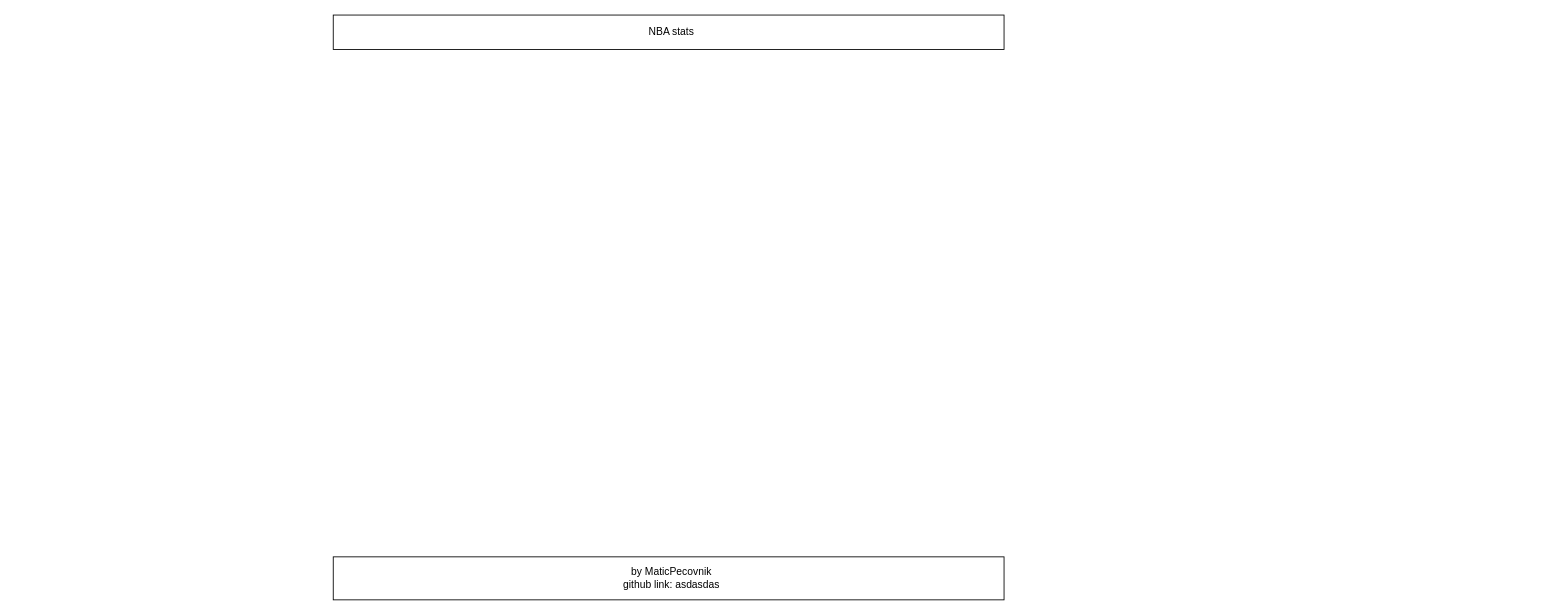
This is NBA main view diagram.drawio from MaticPecovnik/nbastats, a draw.io file, before an edit. Source tidied: cells renumbered, new cells numbered last; positions are measured from the earlier drawing's top-left corner, leaving out a move shared by most shapes. Both pictures are drawn from the tidied source at 86%, with x=0, y=0 at pixel (333, 15).
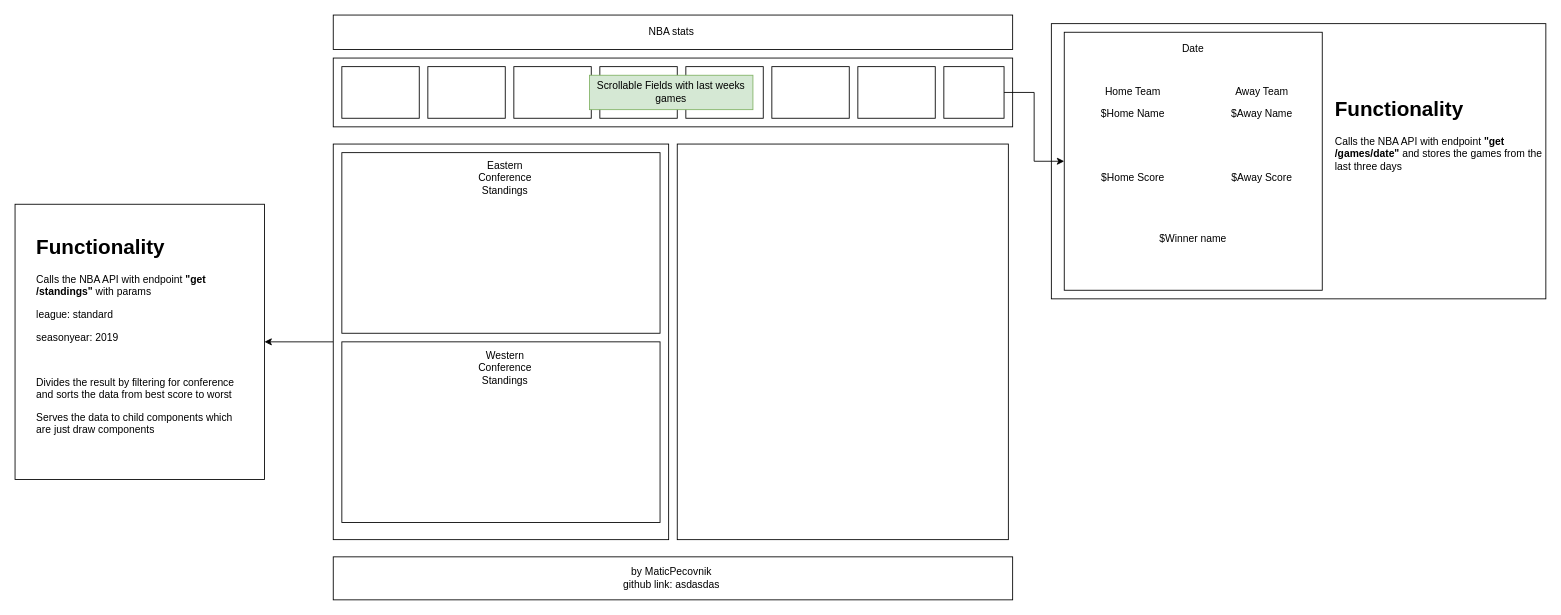
After the change.

Diff of the diagram source:
```diff
@@
+    <mxCell id="6" style="rounded=0;whiteSpace=wrap;html=1;fillColor=#ffffff;" parent="1" vertex="1">
+      <mxGeometry x="835" y="10" width="575" height="320" as="geometry" />
+    </mxCell>
+    <mxCell id="7" style="rounded=0;whiteSpace=wrap;html=1;" parent="1" vertex="1">
+      <mxGeometry x="850" y="20" width="300" height="300" as="geometry" />
+    </mxCell>
     <mxCell id="2" style="rounded=0;whiteSpace=wrap;html=1;" parent="1" vertex="1">
-      <mxGeometry width="780" height="40" as="geometry" />
+      <mxGeometry width="790" height="40" as="geometry" />
     </mxCell>
@@
     <mxCell id="4" style="rounded=0;whiteSpace=wrap;html=1;" parent="1" vertex="1">
-      <mxGeometry y="630" width="780" height="50" as="geometry" />
+      <mxGeometry y="630" width="790" height="50" as="geometry" />
     </mxCell>
@@
+    <mxCell id="8" style="rounded=0;whiteSpace=wrap;html=1;" parent="1" vertex="1">
+      <mxGeometry y="50" width="790" height="80" as="geometry" />
+    </mxCell>
+    <mxCell id="9" style="rounded=0;whiteSpace=wrap;html=1;" parent="1" vertex="1">
+      <mxGeometry x="10" y="60" width="90" height="60" as="geometry" />
+    </mxCell>
+    <mxCell id="10" style="rounded=0;whiteSpace=wrap;html=1;" parent="1" vertex="1">
+      <mxGeometry x="110" y="60" width="90" height="60" as="geometry" />
+    </mxCell>
+    <mxCell id="11" style="rounded=0;whiteSpace=wrap;html=1;" parent="1" vertex="1">
+      <mxGeometry x="210" y="60" width="90" height="60" as="geometry" />
+    </mxCell>
+    <mxCell id="12" style="rounded=0;whiteSpace=wrap;html=1;" parent="1" vertex="1">
+      <mxGeometry x="310" y="60" width="90" height="60" as="geometry" />
+    </mxCell>
+    <mxCell id="13" style="rounded=0;whiteSpace=wrap;html=1;" parent="1" vertex="1">
+      <mxGeometry x="410" y="60" width="90" height="60" as="geometry" />
+    </mxCell>
+    <mxCell id="14" style="rounded=0;whiteSpace=wrap;html=1;" parent="1" vertex="1">
+      <mxGeometry x="510" y="60" width="90" height="60" as="geometry" />
+    </mxCell>
+    <mxCell id="15" style="rounded=0;whiteSpace=wrap;html=1;" parent="1" vertex="1">
+      <mxGeometry x="610" y="60" width="90" height="60" as="geometry" />
+    </mxCell>
+    <mxCell id="16" style="edgeStyle=orthogonalEdgeStyle;rounded=0;jettySize=auto;html=1;" parent="1" edge="1" source="17" target="7">
+      <mxGeometry relative="1" as="geometry" />
+    </mxCell>
+    <mxCell id="17" style="rounded=0;whiteSpace=wrap;html=1;" parent="1" vertex="1">
+      <mxGeometry x="710" y="60" width="70" height="60" as="geometry" />
+    </mxCell>
+    <mxCell id="18" value="Scrollable Fields with last weeks games" style="text;html=1;strokeColor=#82b366;fillColor=#d5e8d4;align=center;verticalAlign=middle;whiteSpace=wrap;rounded=0;" parent="1" vertex="1">
+      <mxGeometry x="298" y="70" width="190" height="40" as="geometry" />
+    </mxCell>
+    <mxCell id="19" value="Date" style="text;html=1;strokeColor=none;fillColor=none;align=center;verticalAlign=middle;whiteSpace=wrap;rounded=0;" parent="1" vertex="1">
+      <mxGeometry x="980" y="30" width="40" height="20" as="geometry" />
+    </mxCell>
+    <mxCell id="20" value="Home Team" style="text;html=1;strokeColor=none;fillColor=none;align=center;verticalAlign=middle;whiteSpace=wrap;rounded=0;" parent="1" vertex="1">
+      <mxGeometry x="890" y="80" width="80" height="20" as="geometry" />
+    </mxCell>
+    <mxCell id="21" value="Away Team" style="text;html=1;strokeColor=none;fillColor=none;align=center;verticalAlign=middle;whiteSpace=wrap;rounded=0;" parent="1" vertex="1">
+      <mxGeometry x="1040" y="80" width="80" height="20" as="geometry" />
+    </mxCell>
+    <mxCell id="22" value="$Home Name" style="text;html=1;strokeColor=none;fillColor=none;align=center;verticalAlign=middle;whiteSpace=wrap;rounded=0;" parent="1" vertex="1">
+      <mxGeometry x="890" y="105" width="80" height="20" as="geometry" />
+    </mxCell>
+    <mxCell id="23" value="$Away Name" style="text;html=1;strokeColor=none;fillColor=none;align=center;verticalAlign=middle;whiteSpace=wrap;rounded=0;" parent="1" vertex="1">
+      <mxGeometry x="1040" y="105" width="80" height="20" as="geometry" />
+    </mxCell>
+    <mxCell id="24" value="$Home Score" style="text;html=1;strokeColor=none;fillColor=none;align=center;verticalAlign=middle;whiteSpace=wrap;rounded=0;" parent="1" vertex="1">
+      <mxGeometry x="890" y="180" width="80" height="20" as="geometry" />
+    </mxCell>
+    <mxCell id="25" value="$Away Score" style="text;html=1;strokeColor=none;fillColor=none;align=center;verticalAlign=middle;whiteSpace=wrap;rounded=0;" parent="1" vertex="1">
+      <mxGeometry x="1040" y="180" width="80" height="20" as="geometry" />
+    </mxCell>
+    <mxCell id="26" value="$Winner name" style="text;html=1;strokeColor=none;fillColor=none;align=center;verticalAlign=middle;whiteSpace=wrap;rounded=0;" parent="1" vertex="1">
+      <mxGeometry x="955" y="250" width="90" height="20" as="geometry" />
+    </mxCell>
+    <mxCell id="27" style="edgeStyle=orthogonalEdgeStyle;rounded=0;jettySize=auto;html=1;exitX=0;exitY=0.5;exitDx=0;exitDy=0;" parent="1" edge="1" source="28" target="35">
+      <mxGeometry relative="1" as="geometry" />
+    </mxCell>
+    <mxCell id="28" style="rounded=0;whiteSpace=wrap;html=1;fillColor=#ffffff;" parent="1" vertex="1">
+      <mxGeometry y="150" width="390" height="460" as="geometry" />
+    </mxCell>
+    <mxCell id="29" style="rounded=0;whiteSpace=wrap;html=1;fillColor=#ffffff;" parent="1" vertex="1">
+      <mxGeometry x="400" y="150" width="385" height="460" as="geometry" />
+    </mxCell>
+    <mxCell id="30" style="rounded=0;whiteSpace=wrap;html=1;fillColor=#ffffff;" parent="1" vertex="1">
+      <mxGeometry x="10" y="160" width="370" height="210" as="geometry" />
+    </mxCell>
+    <mxCell id="31" style="rounded=0;whiteSpace=wrap;html=1;fillColor=#ffffff;" parent="1" vertex="1">
+      <mxGeometry x="10" y="380" width="370" height="210" as="geometry" />
+    </mxCell>
+    <mxCell id="32" value="Eastern Conference Standings" style="text;html=1;strokeColor=none;fillColor=none;align=center;verticalAlign=middle;whiteSpace=wrap;rounded=0;" parent="1" vertex="1">
+      <mxGeometry x="180" y="180" width="40" height="20" as="geometry" />
+    </mxCell>
+    <mxCell id="33" value="Western Conference Standings" style="text;html=1;strokeColor=none;fillColor=none;align=center;verticalAlign=middle;whiteSpace=wrap;rounded=0;" parent="1" vertex="1">
+      <mxGeometry x="180" y="400" width="40" height="20" as="geometry" />
+    </mxCell>
+    <mxCell id="34" value="&lt;h1&gt;Functionality&lt;/h1&gt;&lt;p&gt;Calls the NBA API with endpoint &lt;b&gt;&quot;get /games/date&quot; &lt;/b&gt;and stores the games from the last three days&lt;/p&gt;" style="text;html=1;strokeColor=none;fillColor=none;spacing=5;spacingTop=-20;whiteSpace=wrap;overflow=hidden;rounded=0;" parent="1" vertex="1">
+      <mxGeometry x="1160" y="90" width="250" height="120" as="geometry" />
+    </mxCell>
+    <mxCell id="35" style="rounded=0;whiteSpace=wrap;html=1;" parent="1" vertex="1">
+      <mxGeometry x="-370" y="220" width="290" height="320" as="geometry" />
+    </mxCell>
+    <mxCell id="36" value="&lt;h1&gt;Functionality&lt;/h1&gt;&lt;p&gt;Calls the NBA API with endpoint &lt;b&gt;&quot;get /standings&quot; &lt;/b&gt;with params&amp;nbsp;&lt;/p&gt;&lt;p&gt;&lt;span&gt;league: standard&lt;/span&gt;&lt;br&gt;&lt;/p&gt;&lt;p&gt;seasonyear: 2019&lt;/p&gt;&lt;p&gt;&lt;br&gt;&lt;/p&gt;&lt;p&gt;Divides the result by filtering for conference and sorts the data from best score to worst&lt;/p&gt;&lt;p&gt;Serves the data to child components which are just draw components&lt;/p&gt;" style="text;html=1;strokeColor=none;fillColor=none;spacing=5;spacingTop=-20;whiteSpace=wrap;overflow=hidden;rounded=0;" parent="1" vertex="1">
+      <mxGeometry x="-350" y="250" width="244" height="260" as="geometry" />
+    </mxCell>
```
